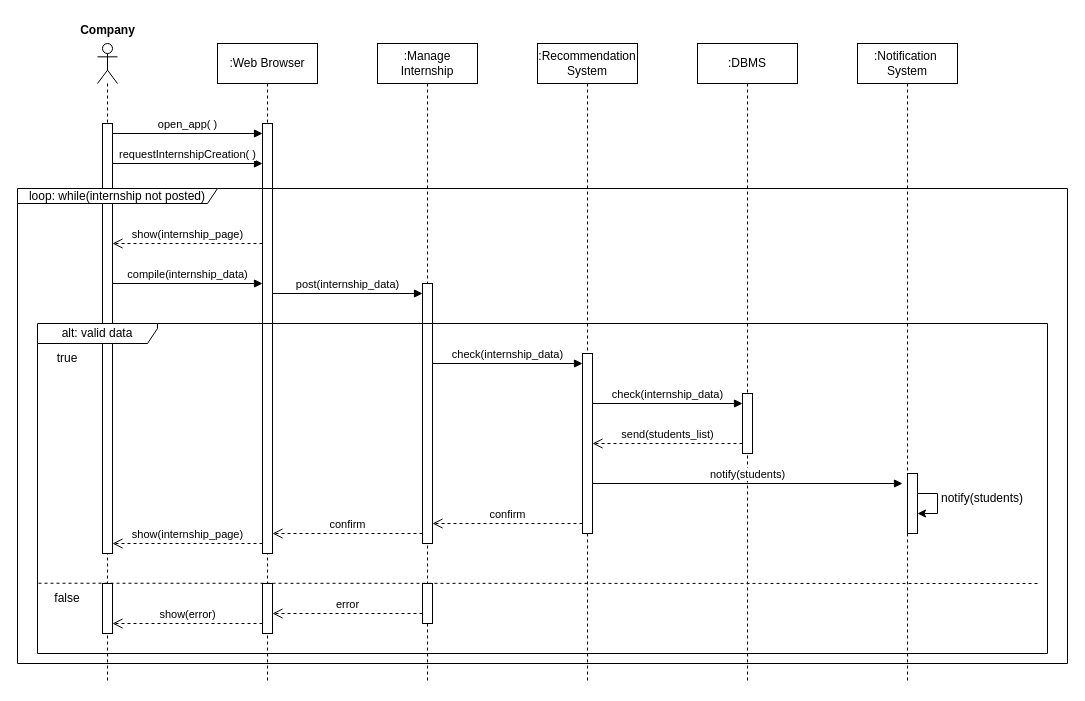
Earlier version of the draw.io diagram DD/Misc/Seq3.drawio (Zero3474/AlkhetiarBonardi). Source tidied: cells renumbered, new cells numbered last; positions are measured from the earlier drawing's top-left corner, leaving out a move shared by most shapes. Both pictures are drawn from the tidied source at 100%, with x=0, y=0 at pixel (17, 17).
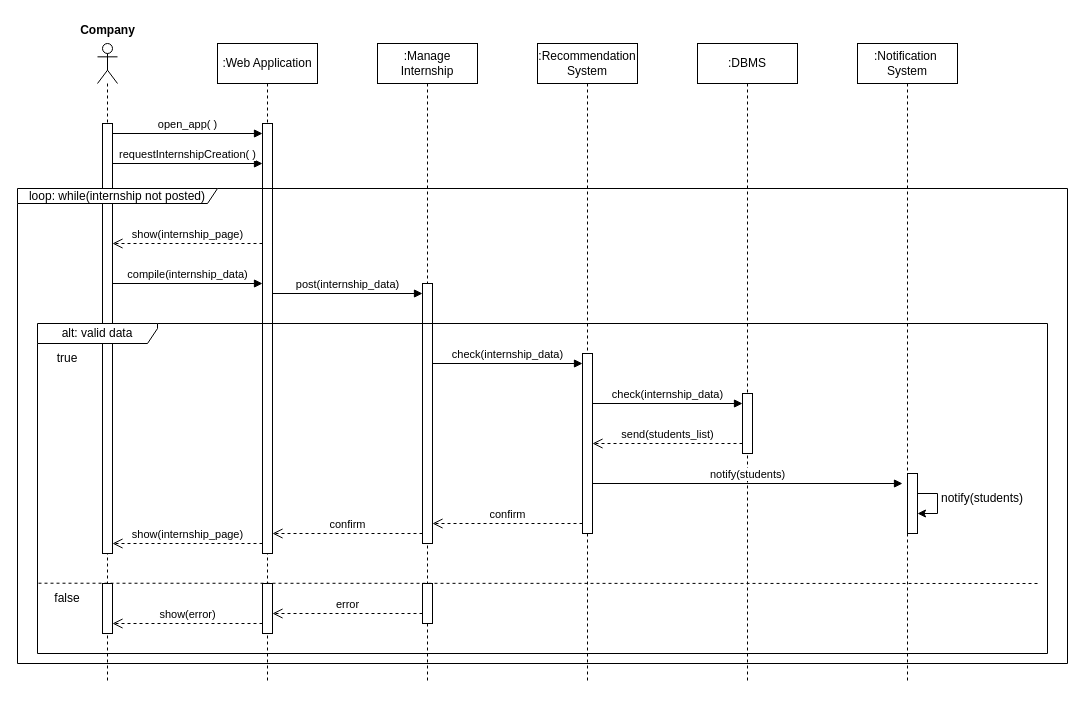
The same diagram, later.

What changed in the source:
```diff
@@
-    <mxCell id="6" value=":Web Browser" style="shape=umlLifeline;perimeter=lifelinePerimeter;whiteSpace=wrap;html=1;newEdgeStyle={&quot;curved&quot;:0,&quot;rounded&quot;:0};" parent="1" vertex="1">
+    <mxCell id="6" value=":Web Application" style="shape=umlLifeline;perimeter=lifelinePerimeter;whiteSpace=wrap;html=1;newEdgeStyle={&quot;curved&quot;:0,&quot;rounded&quot;:0};" parent="1" vertex="1">
       <mxGeometry x="200" y="26" width="100" height="640" as="geometry" />
     </mxCell>
```
